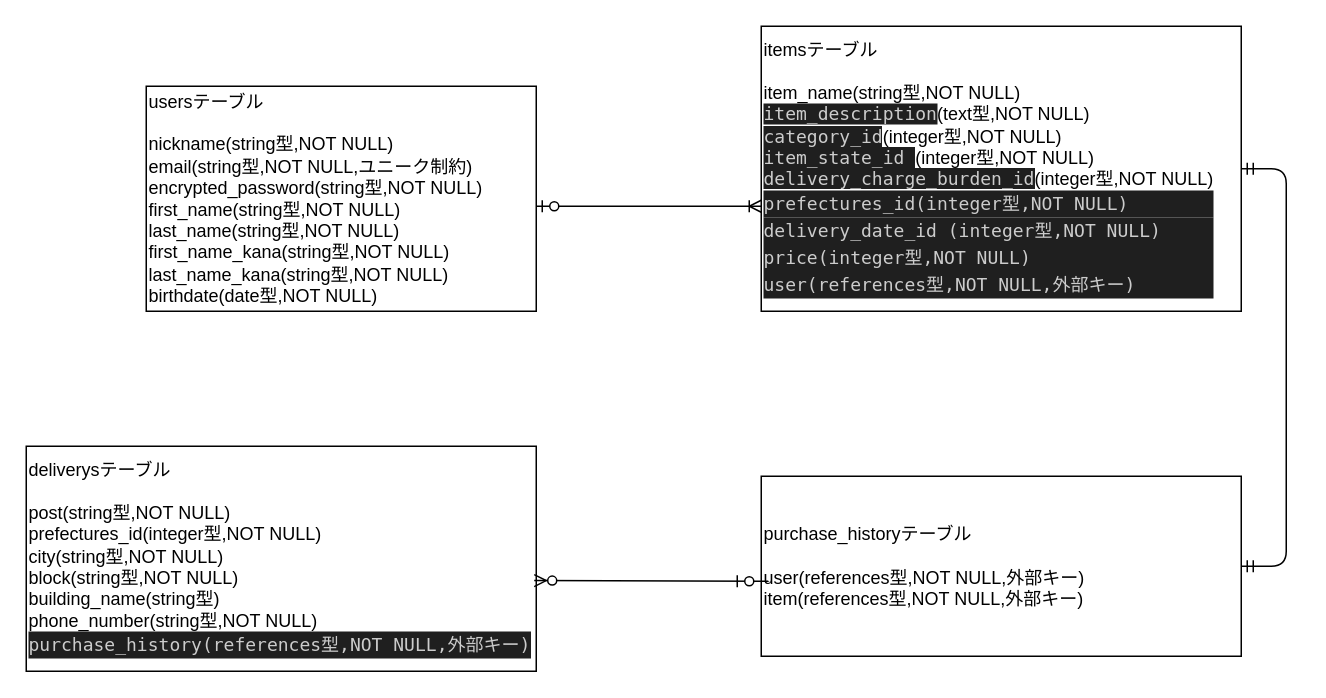
karinkoike/furima-40201 keeps this draw.io diagram as furima.dio. Above is the earlier version. Source tidied: cells renumbered, new cells numbered last; positions are measured from the earlier drawing's top-left corner, leaving out a move shared by most shapes. Both pictures are drawn from the tidied source at 150%, with x=0, y=0 at pixel (26, 26).
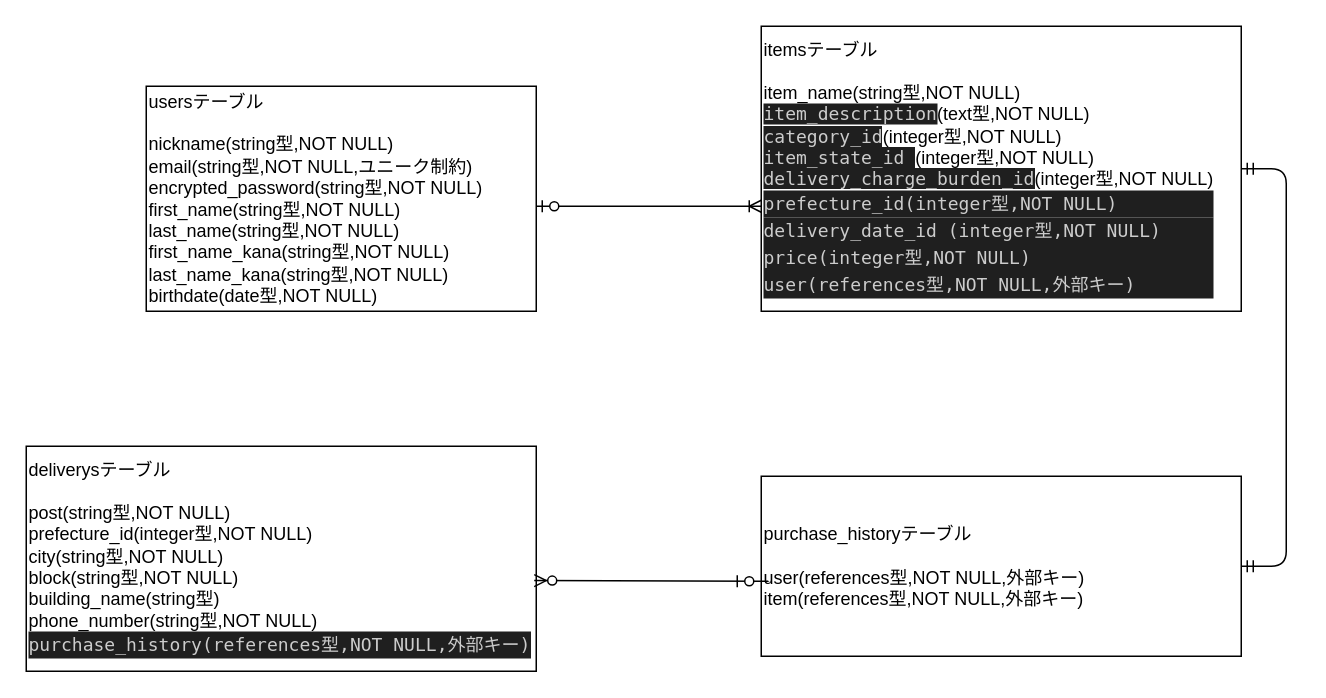
After the change.

Commit message (it also covers changes not shown here):
furimaテーブル設計の修正①

Change to the diagram source:
```diff
@@
 <mxGraphModel>
   <root>
     <mxCell id="0" />
     <mxCell id="1" parent="0" />
     <mxCell id="2" value="usersテーブル&lt;br&gt;&lt;br&gt;nickname(string型,NOT NULL)&lt;br&gt;email(string型,NOT NULL,ユニーク制約)&lt;br&gt;encrypted_password(string型,NOT NULL)&lt;br&gt;first_name(string型,NOT NULL)&lt;br&gt;last_name(string型,NOT NULL)&lt;br&gt;first_name_kana(string型,NOT NULL)&lt;br&gt;last_name_kana(string型,NOT NULL)&lt;br&gt;birthdate(date型,NOT NULL)" style="rounded=0;whiteSpace=wrap;html=1;align=left;" parent="1" vertex="1">
       <mxGeometry x="80" y="40" width="260" height="150" as="geometry" />
     </mxCell>
-    <mxCell id="3" value="itemsテーブル&lt;br&gt;&lt;br&gt;item_name(string型,NOT NULL)&lt;br&gt;&lt;span style=&quot;background-color: rgb(31, 31, 31); color: rgb(204, 204, 204); font-family: Menlo, Monaco, &amp;quot;Courier New&amp;quot;, monospace;&quot;&gt;item_description&lt;/span&gt;(text型,NOT NULL)&lt;br&gt;&lt;span style=&quot;background-color: rgb(31, 31, 31); color: rgb(204, 204, 204); font-family: Menlo, Monaco, &amp;quot;Courier New&amp;quot;, monospace;&quot;&gt;category_id&lt;/span&gt;(integer型,NOT NULL)&lt;br&gt;&lt;span style=&quot;background-color: rgb(31, 31, 31); color: rgb(204, 204, 204); font-family: Menlo, Monaco, &amp;quot;Courier New&amp;quot;, monospace;&quot;&gt;item_state_id &lt;/span&gt;(integer型,NOT NULL)&lt;br&gt;&lt;span style=&quot;background-color: rgb(31, 31, 31); color: rgb(204, 204, 204); font-family: Menlo, Monaco, &amp;quot;Courier New&amp;quot;, monospace;&quot;&gt;delivery_charge_burden_id&lt;/span&gt;(integer型,NOT NULL)&lt;br&gt;&lt;div style=&quot;color: rgb(204, 204, 204); background-color: rgb(31, 31, 31); font-family: Menlo, Monaco, &amp;quot;Courier New&amp;quot;, monospace; line-height: 18px;&quot;&gt;&lt;span style=&quot;&quot;&gt;prefectures_id&lt;/span&gt;(integer型,NOT NULL)&lt;/div&gt;&lt;div style=&quot;color: rgb(204, 204, 204); background-color: rgb(31, 31, 31); font-family: Menlo, Monaco, &amp;quot;Courier New&amp;quot;, monospace; line-height: 18px;&quot;&gt;&lt;div style=&quot;line-height: 18px;&quot;&gt;&lt;span style=&quot;&quot;&gt;delivery_date_id &lt;/span&gt;(integer型,NOT NULL)&lt;/div&gt;&lt;div style=&quot;line-height: 18px;&quot;&gt;&lt;div style=&quot;line-height: 18px;&quot;&gt;&lt;span style=&quot;&quot;&gt;price&lt;/span&gt;(integer型,NOT NULL)&lt;/div&gt;&lt;div style=&quot;line-height: 18px;&quot;&gt;user(references型,NOT NULL,外部キー)&lt;/div&gt;&lt;/div&gt;&lt;/div&gt;" style="rounded=0;whiteSpace=wrap;html=1;align=left;" parent="1" vertex="1">
+    <mxCell id="3" value="itemsテーブル&lt;br&gt;&lt;br&gt;item_name(string型,NOT NULL)&lt;br&gt;&lt;span style=&quot;background-color: rgb(31, 31, 31); color: rgb(204, 204, 204); font-family: Menlo, Monaco, &amp;quot;Courier New&amp;quot;, monospace;&quot;&gt;item_description&lt;/span&gt;(text型,NOT NULL)&lt;br&gt;&lt;span style=&quot;background-color: rgb(31, 31, 31); color: rgb(204, 204, 204); font-family: Menlo, Monaco, &amp;quot;Courier New&amp;quot;, monospace;&quot;&gt;category_id&lt;/span&gt;(integer型,NOT NULL)&lt;br&gt;&lt;span style=&quot;background-color: rgb(31, 31, 31); color: rgb(204, 204, 204); font-family: Menlo, Monaco, &amp;quot;Courier New&amp;quot;, monospace;&quot;&gt;item_state_id &lt;/span&gt;(integer型,NOT NULL)&lt;br&gt;&lt;span style=&quot;background-color: rgb(31, 31, 31); color: rgb(204, 204, 204); font-family: Menlo, Monaco, &amp;quot;Courier New&amp;quot;, monospace;&quot;&gt;delivery_charge_burden_id&lt;/span&gt;(integer型,NOT NULL)&lt;br&gt;&lt;div style=&quot;color: rgb(204, 204, 204); background-color: rgb(31, 31, 31); font-family: Menlo, Monaco, &amp;quot;Courier New&amp;quot;, monospace; line-height: 18px;&quot;&gt;&lt;span style=&quot;&quot;&gt;prefecture_id&lt;/span&gt;(integer型,NOT NULL)&lt;/div&gt;&lt;div style=&quot;color: rgb(204, 204, 204); background-color: rgb(31, 31, 31); font-family: Menlo, Monaco, &amp;quot;Courier New&amp;quot;, monospace; line-height: 18px;&quot;&gt;&lt;div style=&quot;line-height: 18px;&quot;&gt;&lt;span style=&quot;&quot;&gt;delivery_date_id &lt;/span&gt;(integer型,NOT NULL)&lt;/div&gt;&lt;div style=&quot;line-height: 18px;&quot;&gt;&lt;div style=&quot;line-height: 18px;&quot;&gt;&lt;span style=&quot;&quot;&gt;price&lt;/span&gt;(integer型,NOT NULL)&lt;/div&gt;&lt;div style=&quot;line-height: 18px;&quot;&gt;user(references型,NOT NULL,外部キー)&lt;/div&gt;&lt;/div&gt;&lt;/div&gt;" style="rounded=0;whiteSpace=wrap;html=1;align=left;" parent="1" vertex="1">
       <mxGeometry x="490" width="320" height="190" as="geometry" />
     </mxCell>
     <mxCell id="4" style="edgeStyle=entityRelationEdgeStyle;fontSize=12;html=1;endArrow=ERoneToMany;startArrow=ERzeroToOne;" parent="1" edge="1">
       <mxGeometry relative="1" as="geometry">
         <mxPoint x="340" y="120" as="sourcePoint" />
         <mxPoint x="490" y="120" as="targetPoint" />
       </mxGeometry>
     </mxCell>
     <mxCell id="5" value="purchase_historyテーブル&lt;br&gt;&lt;br&gt;user(references型,NOT NULL,外部キー)&lt;br&gt;item(references型,NOT NULL,外部キー)" style="rounded=0;whiteSpace=wrap;html=1;align=left;" parent="1" vertex="1">
       <mxGeometry x="490" y="300" width="320" height="120" as="geometry" />
     </mxCell>
     <mxCell id="6" style="edgeStyle=entityRelationEdgeStyle;fontSize=12;html=1;endArrow=ERmandOne;startArrow=ERmandOne;" parent="1" edge="1" source="5" target="3">
       <mxGeometry relative="1" as="geometry" />
     </mxCell>
-    <mxCell id="7" value="deliverysテーブル&lt;br&gt;&lt;br&gt;post(string型,NOT NULL)&lt;br&gt;prefectures_id(integer型,NOT NULL)&lt;br&gt;city(string型,NOT NULL)&lt;br&gt;block(string型,NOT NULL)&lt;br&gt;building_name(string型)&lt;br&gt;phone_number(string型,NOT NULL)&lt;br&gt;&lt;div style=&quot;color: rgb(204, 204, 204); background-color: rgb(31, 31, 31); font-family: Menlo, Monaco, &amp;quot;Courier New&amp;quot;, monospace; line-height: 18px;&quot;&gt;purchase_history(references型,NOT NULL,外部キー)&lt;/div&gt;" style="rounded=0;whiteSpace=wrap;html=1;align=left;" parent="1" vertex="1">
+    <mxCell id="7" value="deliverysテーブル&lt;br&gt;&lt;br&gt;post(string型,NOT NULL)&lt;br&gt;prefecture_id(integer型,NOT NULL)&lt;br&gt;city(string型,NOT NULL)&lt;br&gt;block(string型,NOT NULL)&lt;br&gt;building_name(string型)&lt;br&gt;phone_number(string型,NOT NULL)&lt;br&gt;&lt;div style=&quot;color: rgb(204, 204, 204); background-color: rgb(31, 31, 31); font-family: Menlo, Monaco, &amp;quot;Courier New&amp;quot;, monospace; line-height: 18px;&quot;&gt;purchase_history(references型,NOT NULL,外部キー)&lt;/div&gt;" style="rounded=0;whiteSpace=wrap;html=1;align=left;" parent="1" vertex="1">
       <mxGeometry y="280" width="340" height="150" as="geometry" />
     </mxCell>
     <mxCell id="8" style="edgeStyle=entityRelationEdgeStyle;fontSize=12;html=1;endArrow=ERzeroToMany;startArrow=ERzeroToOne;entryX=0.996;entryY=0.597;entryDx=0;entryDy=0;entryPerimeter=0;" parent="1" edge="1" target="7">
       <mxGeometry relative="1" as="geometry">
         <mxPoint x="470" y="370" as="sourcePoint" />
       </mxGeometry>
     </mxCell>
   </root>
 </mxGraphModel>
```
